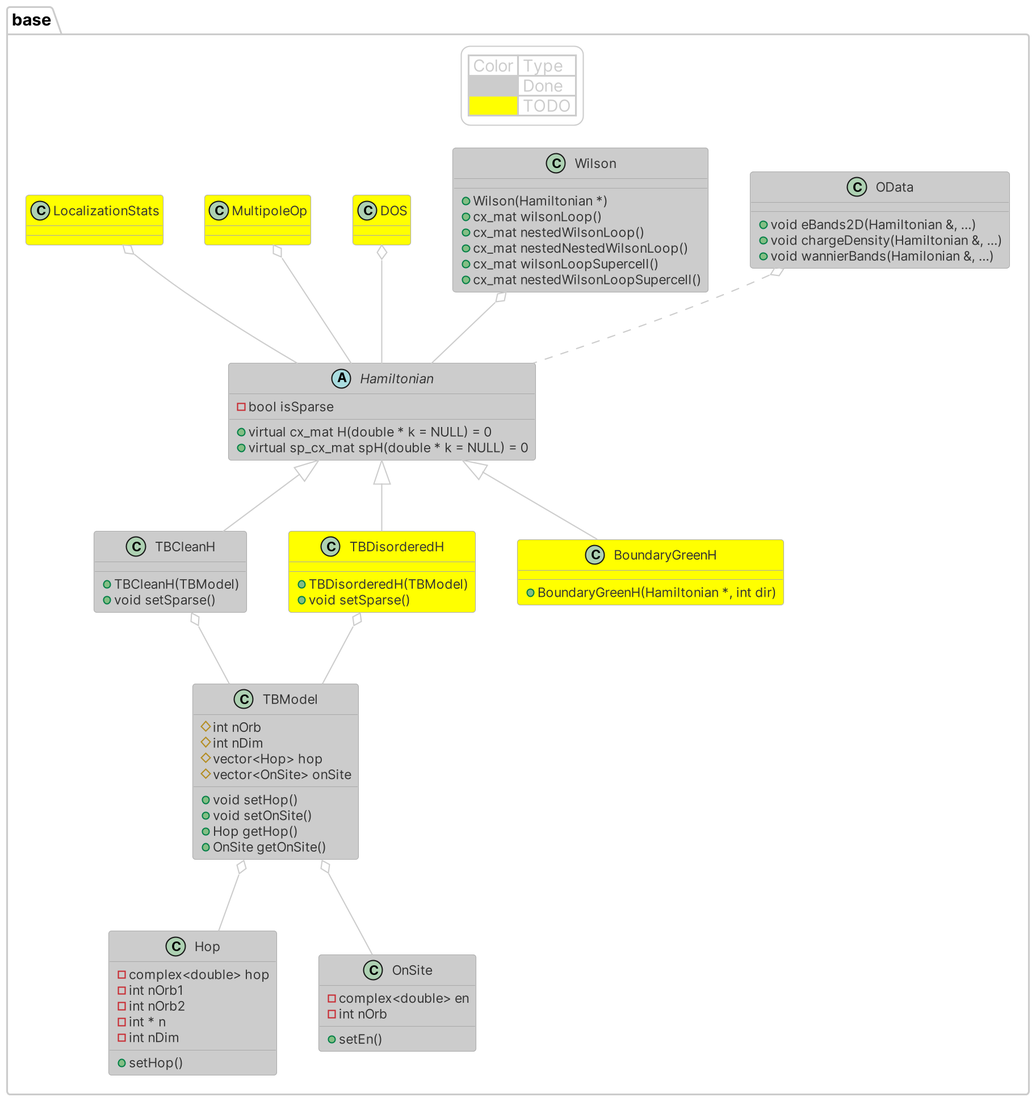
This is diagram/diagram.png from Hugo-loio/TIM, a PlantUML export, as it was before one commit.
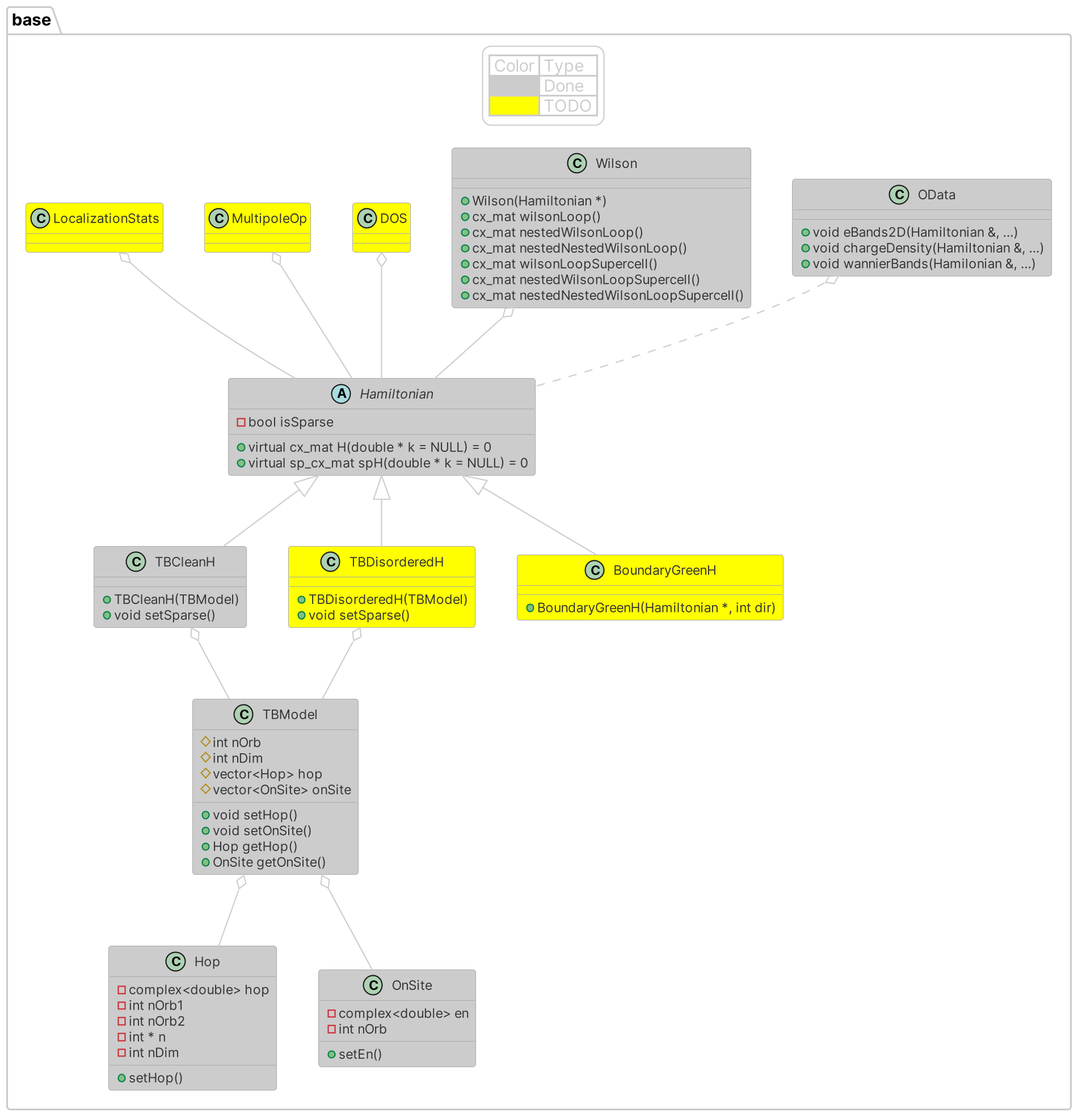
The same file after the commit.

The edit, as a diff of the source:
```diff
@@ -51,6 +51,7 @@
   + cx_mat nestedNestedWilsonLoop()
   + cx_mat wilsonLoopSupercell()
   + cx_mat nestedWilsonLoopSupercell()
+  + cx_mat nestedNestedWilsonLoopSupercell()
 }
 
 class DOS #yellow{
```
